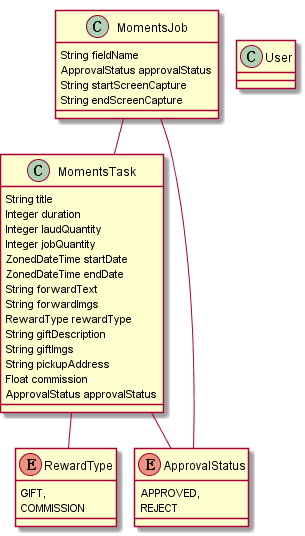
Above: models/v2.png in lsfoo/share-task (PlantUML), before the change.
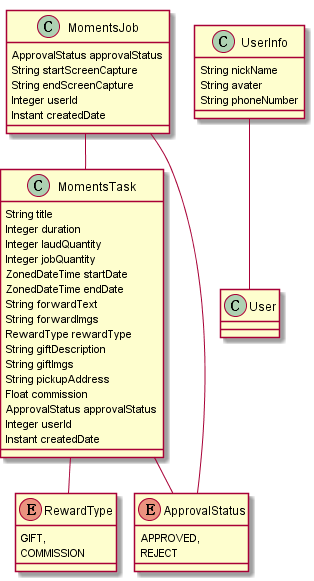
Above is the later version.

The edit, as a diff of the source:
```diff
@@ -16,6 +16,8 @@
 		String pickupAddress
 		Float commission
 		ApprovalStatus approvalStatus
+		Integer userId
+		Instant createdDate
 	}
 	MomentsTask ..> RewardType
 	MomentsTask ..> ApprovalStatus
@@ -28,13 +30,20 @@
 		REJECT
 	}
 	class MomentsJob  {
-		String fieldName
 		ApprovalStatus approvalStatus
 		String startScreenCapture
 		String endScreenCapture
+		Integer userId
+		Instant createdDate
 	}
 	MomentsJob ..> ApprovalStatus
+	class UserInfo  {
+		String nickName
+		String avater
+		String phoneNumber
+	}
 	MomentsJob  "task(title) 0..* " o-- "0..1 "  MomentsTask
+	UserInfo  "user(login) 0..1 " -- "0..1 "  User
 	class User  {
 	}
 @enduml
```
